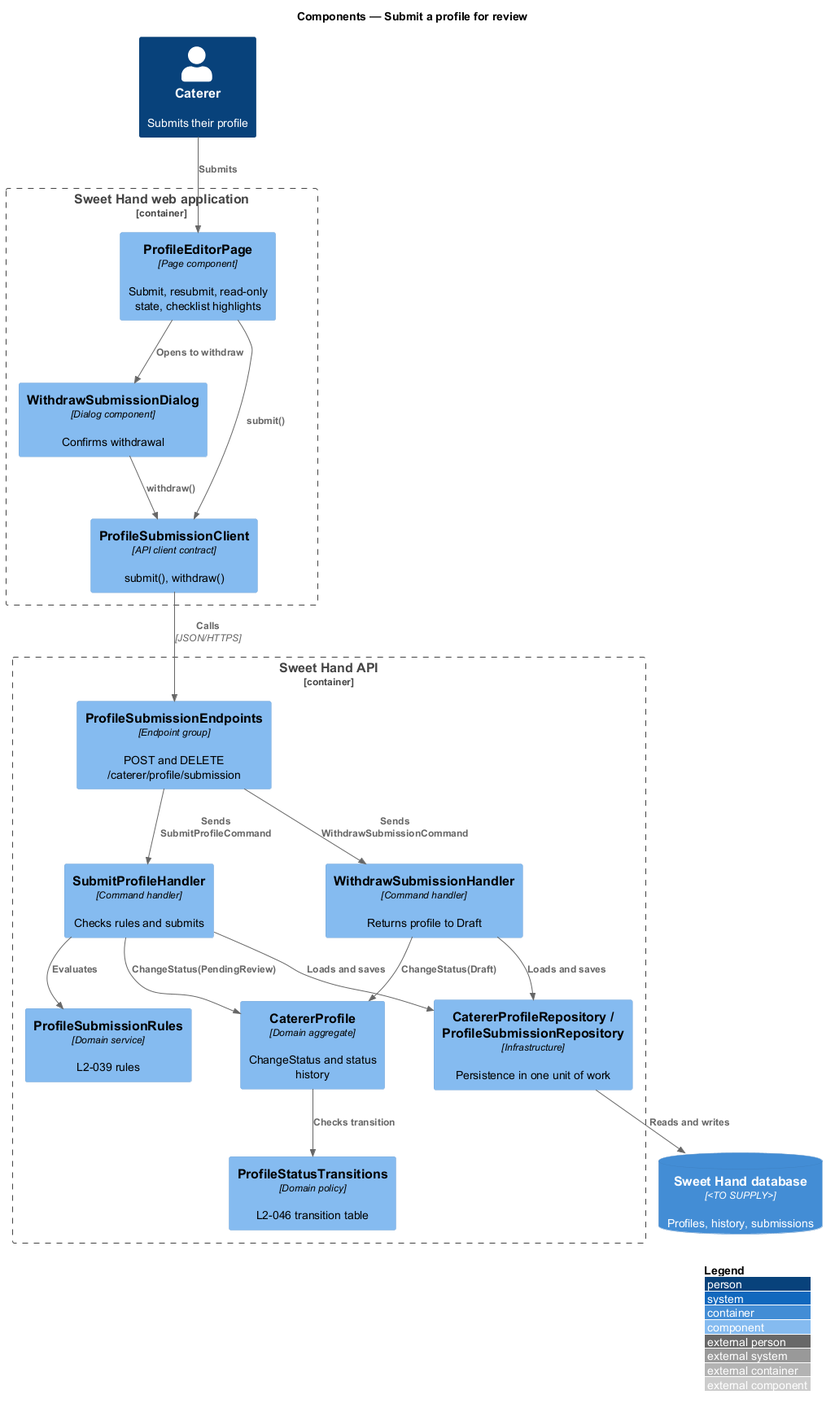
Above: docs/detailed-designs/caterer-profiles/submit-profile-for-review/diagrams/c4-component.png in QuinntyneBrown/sweet-hand (PlantUML), before the change.
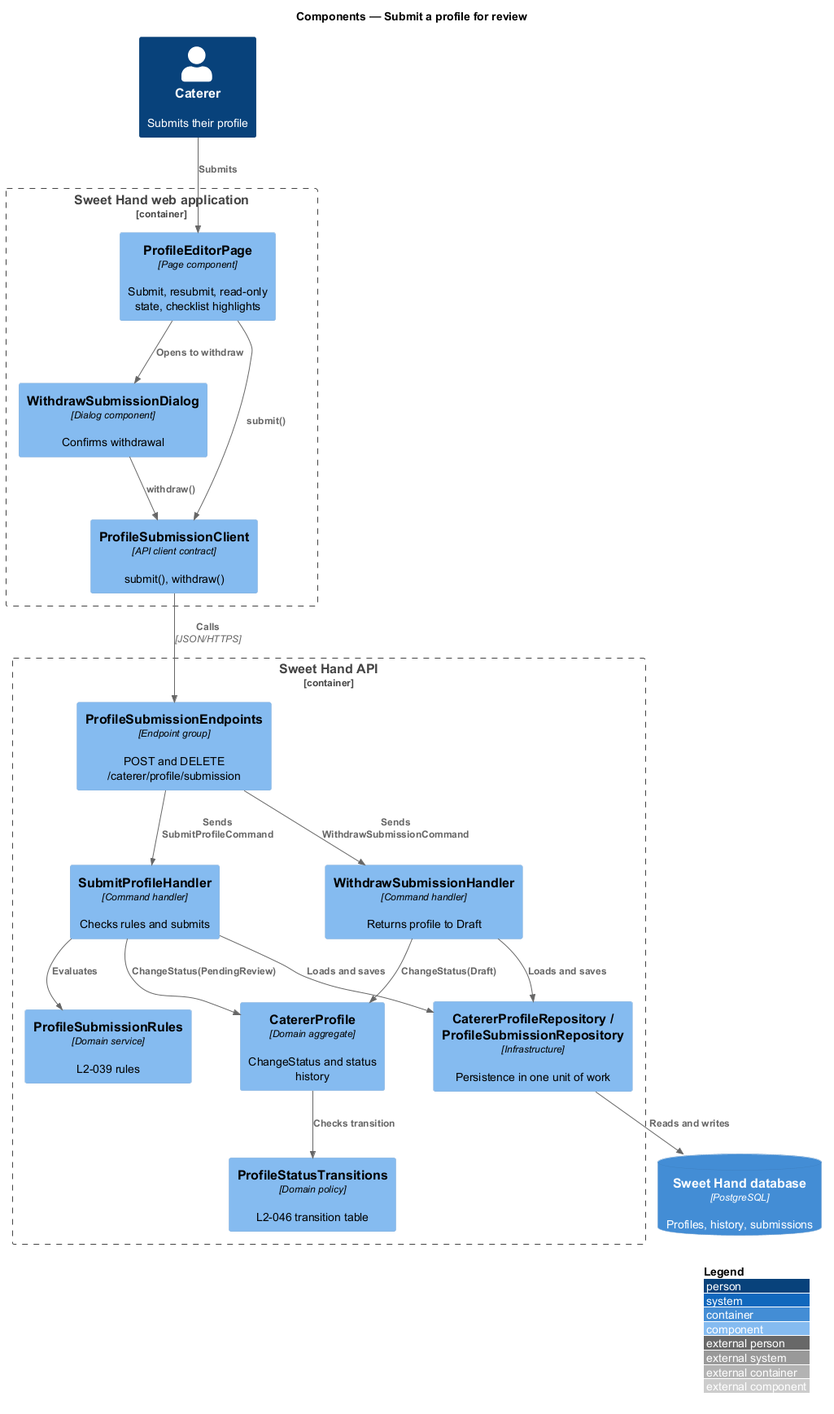
After the change.

What changed in the source:
```diff
@@ -18,7 +18,7 @@
   Component(transitions, "ProfileStatusTransitions", "Domain policy", "L2-046 transition table")
   Component(repos, "CatererProfileRepository / ProfileSubmissionRepository", "Infrastructure", "Persistence in one unit of work")
 }
-ContainerDb(db, "Sweet Hand database", "<TO SUPPLY>", "Profiles, history, submissions")
+ContainerDb(db, "Sweet Hand database", "PostgreSQL", "Profiles, history, submissions")
 
 Rel(caterer, page, "Submits")
 Rel(page, dialog, "Opens to withdraw")
```
